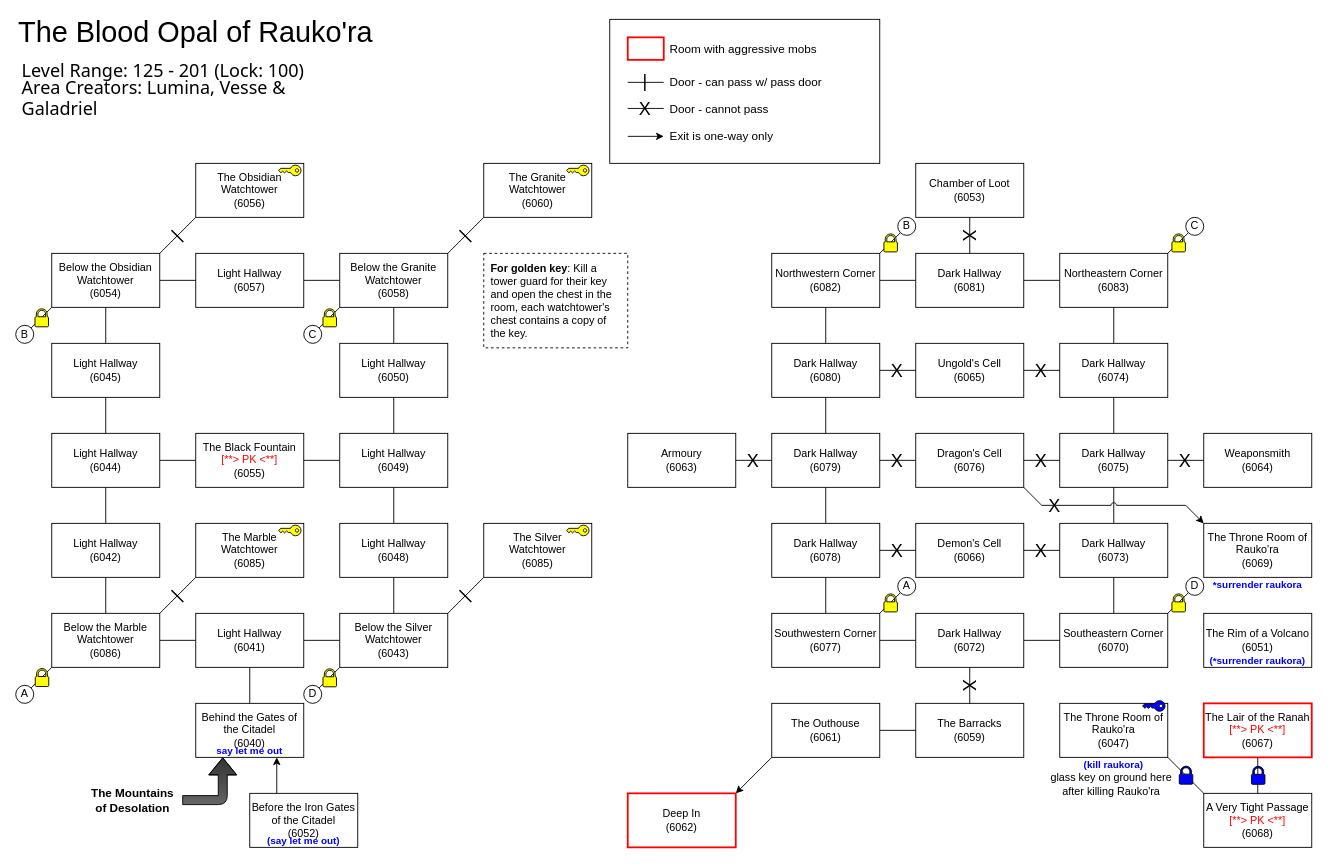
Earlier version of the draw.io diagram raukora.drawio (nohbdy/aardwolf-maps). Source tidied: cells renumbered, new cells numbered last; positions are measured from the earlier drawing's top-left corner, leaving out a move shared by most shapes. Both pictures are drawn from the tidied source at 90%, with x=0, y=0 at pixel (15, 19).
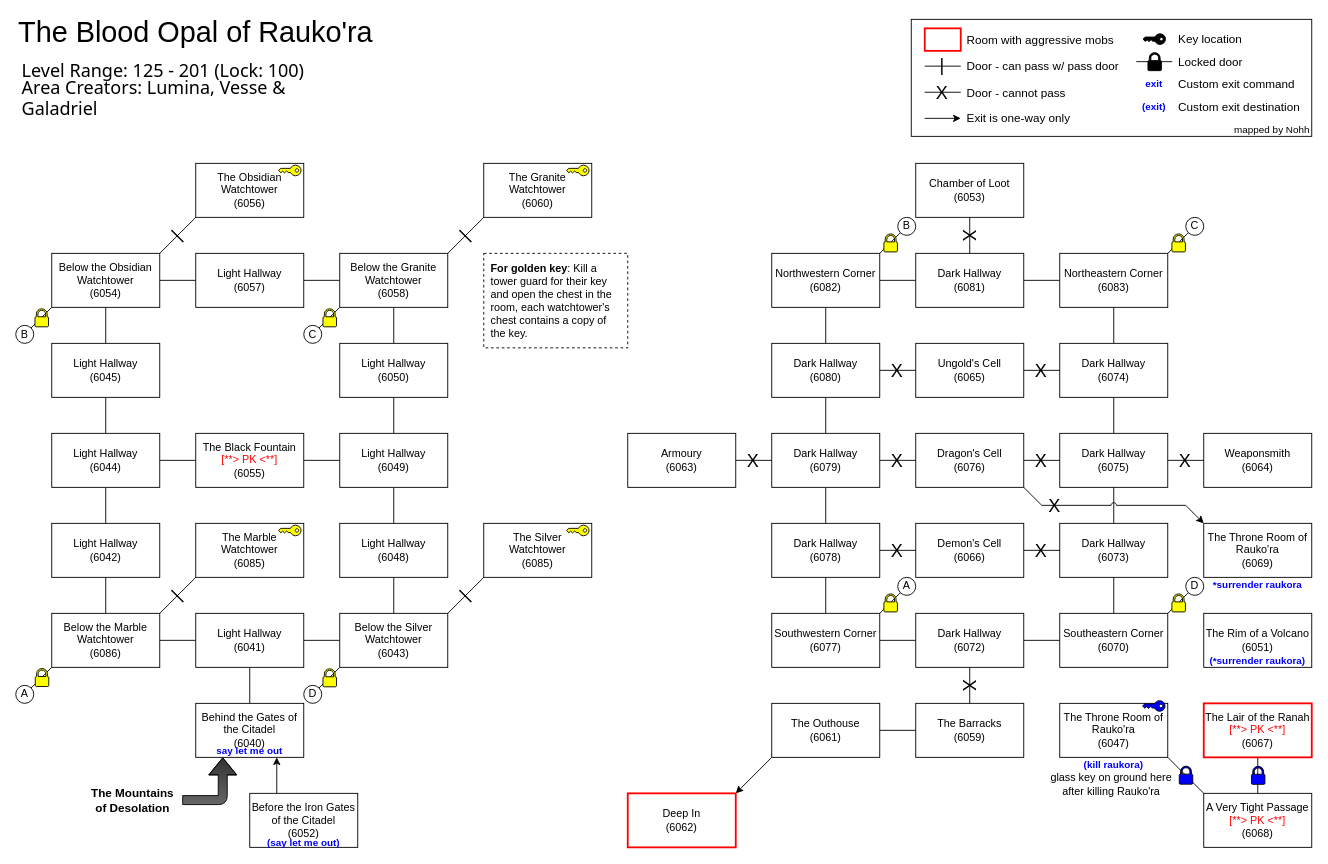
After the change.

The edit, as a diff of the source:
```diff
@@
     <mxCell id="117" value="&lt;font style=&quot;font-size: 11px&quot; color=&quot;#0000ff&quot;&gt;&lt;b&gt;(say let me out)&lt;/b&gt;&lt;/font&gt;" style="text;html=1;strokeColor=none;fillColor=none;align=center;verticalAlign=middle;whiteSpace=wrap;rounded=0;" parent="1" vertex="1">
-      <mxGeometry x="260" y="905" width="120" height="15" as="geometry" />
+      <mxGeometry x="260" y="907" width="120" height="15" as="geometry" />
     </mxCell>
@@
-    <mxCell id="150" style="group;fillColor=default;" parent="1" vertex="1">
-      <mxGeometry x="660" width="300" height="160" as="geometry" />
-    </mxCell>
-    <mxCell id="151" style="rounded=0;whiteSpace=wrap;html=1;fontSize=13;strokeWidth=1;fillColor=none;" parent="150" vertex="1">
-      <mxGeometry width="300" height="160" as="geometry" />
-    </mxCell>
-    <mxCell id="152" style="rounded=0;whiteSpace=wrap;html=1;fontSize=13;strokeWidth=2;fillColor=#FFFFFF;strokeColor=#FF0000;" parent="150" vertex="1">
-      <mxGeometry x="20" y="20" width="40" height="25" as="geometry" />
-    </mxCell>
-    <mxCell id="153" style="endArrow=none;html=1;rounded=0;shadow=0;sketch=0;fontSize=13;jumpStyle=none;jumpSize=6;verticalAlign=middle;horizontal=1;endFill=0;fillColor=none;gradientColor=none;strokeColor=#000000;" parent="150" edge="1">
-      <mxGeometry relative="1" as="geometry">
-        <mxPoint x="20" y="70" as="sourcePoint" />
-        <mxPoint x="60" y="70" as="targetPoint" />
-      </mxGeometry>
-    </mxCell>
+    <mxCell id="162" value="&lt;font face=&quot;Helvetica&quot;&gt;&lt;b&gt;For golden key&lt;/b&gt;: Kill a tower guard for their key and open the chest in the room, each watchtower's chest contains a copy of the key.&lt;/font&gt;" style="text;html=1;strokeColor=default;fillColor=default;align=left;verticalAlign=middle;whiteSpace=wrap;rounded=0;fontFamily=Tahoma;spacing=8;dashed=1;" parent="1" vertex="1">
+      <mxGeometry x="520" y="260" width="160" height="105" as="geometry" />
+    </mxCell>
+    <mxCell id="163" value="glass key on ground here after killing Rauko'ra" style="text;html=1;strokeColor=none;fillColor=none;align=center;verticalAlign=middle;whiteSpace=wrap;rounded=0;dashed=1;fontFamily=Helvetica;" parent="1" vertex="1">
+      <mxGeometry x="1145" y="835" width="145" height="30" as="geometry" />
+    </mxCell>
+    <mxCell id="164" style="rounded=0;whiteSpace=wrap;html=1;fontSize=13;strokeWidth=1;fillColor=default;" parent="1" vertex="1">
+      <mxGeometry x="995" width="445" height="130" as="geometry" />
+    </mxCell>
+    <mxCell id="165" style="rounded=0;whiteSpace=wrap;html=1;fontSize=13;strokeWidth=2;fillColor=#FFFFFF;strokeColor=#FF0000;" parent="1" vertex="1">
+      <mxGeometry x="1010" y="10" width="40" height="25" as="geometry" />
+    </mxCell>
+    <mxCell id="166" style="endArrow=none;html=1;rounded=0;shadow=0;sketch=0;fontSize=13;jumpStyle=none;jumpSize=6;verticalAlign=middle;horizontal=1;endFill=0;fillColor=none;gradientColor=none;strokeColor=#000000;" parent="1" edge="1">
+      <mxGeometry relative="1" as="geometry">
+        <mxPoint x="1010" y="52" as="sourcePoint" />
+        <mxPoint x="1050" y="52" as="targetPoint" />
+      </mxGeometry>
+    </mxCell>
-    <mxCell id="154" value="&lt;div style=&quot;font-size: 20px;&quot;&gt;|&lt;/div&gt;" style="edgeLabel;html=1;align=center;verticalAlign=middle;fontSize=20;strokeColor=#630000;strokeWidth=1;fillColor=#FF0000;gradientColor=none;horizontal=1;labelBackgroundColor=none;direction=south;rotation=0;" parent="153" vertex="1">
+    <mxCell id="154" value="&lt;div style=&quot;font-size: 20px;&quot;&gt;|&lt;/div&gt;" style="edgeLabel;html=1;align=center;verticalAlign=middle;fontSize=20;strokeColor=#630000;strokeWidth=1;fillColor=#FF0000;gradientColor=none;horizontal=1;labelBackgroundColor=none;direction=south;rotation=0;" parent="166" vertex="1">
       <mxGeometry relative="1" as="geometry">
         <mxPoint x="-2" y="-3" as="offset" />
       </mxGeometry>
     </mxCell>
-    <mxCell id="155" style="endArrow=none;html=1;rounded=0;shadow=0;sketch=0;fontSize=13;jumpStyle=none;jumpSize=6;verticalAlign=middle;horizontal=1;endFill=0;fillColor=none;gradientColor=none;strokeColor=#000000;" parent="150" edge="1">
-      <mxGeometry relative="1" as="geometry">
-        <mxPoint x="20" y="99" as="sourcePoint" />
-        <mxPoint x="60" y="99" as="targetPoint" />
-      </mxGeometry>
-    </mxCell>
+    <mxCell id="167" style="endArrow=none;html=1;rounded=0;shadow=0;sketch=0;fontSize=13;jumpStyle=none;jumpSize=6;verticalAlign=middle;horizontal=1;endFill=0;fillColor=none;gradientColor=none;strokeColor=#000000;" parent="1" edge="1">
+      <mxGeometry relative="1" as="geometry">
+        <mxPoint x="1010" y="81" as="sourcePoint" />
+        <mxPoint x="1050" y="81" as="targetPoint" />
+      </mxGeometry>
+    </mxCell>
-    <mxCell id="156" value="&lt;div style=&quot;font-size: 20px&quot;&gt;X&lt;/div&gt;" style="edgeLabel;html=1;align=center;verticalAlign=middle;fontSize=20;strokeColor=#630000;strokeWidth=1;fillColor=#FF0000;gradientColor=none;horizontal=1;labelBackgroundColor=none;direction=south;rotation=0;" parent="155" vertex="1">
+    <mxCell id="156" value="&lt;div style=&quot;font-size: 20px&quot;&gt;X&lt;/div&gt;" style="edgeLabel;html=1;align=center;verticalAlign=middle;fontSize=20;strokeColor=#630000;strokeWidth=1;fillColor=#FF0000;gradientColor=none;horizontal=1;labelBackgroundColor=none;direction=south;rotation=0;" parent="167" vertex="1">
       <mxGeometry relative="1" as="geometry">
         <mxPoint x="-2" y="-1" as="offset" />
       </mxGeometry>
     </mxCell>
-    <mxCell id="157" style="endArrow=classic;html=1;fontSize=13;strokeColor=#000000;fillColor=none;gradientColor=none;endFill=1;" parent="150" edge="1">
-      <mxGeometry relative="1" as="geometry">
-        <mxPoint x="20" y="130" as="sourcePoint" />
-        <mxPoint x="60" y="130" as="targetPoint" />
-      </mxGeometry>
-    </mxCell>
+    <mxCell id="168" style="endArrow=classic;html=1;fontSize=13;strokeColor=#000000;fillColor=none;gradientColor=none;endFill=1;" parent="1" edge="1">
+      <mxGeometry relative="1" as="geometry">
+        <mxPoint x="1010" y="110" as="sourcePoint" />
+        <mxPoint x="1050" y="110" as="targetPoint" />
+      </mxGeometry>
+    </mxCell>
-    <mxCell id="158" value="Room with aggressive mobs" style="text;html=1;strokeColor=none;fillColor=none;align=left;verticalAlign=middle;whiteSpace=wrap;rounded=0;fontSize=13;" parent="150" vertex="1">
-      <mxGeometry x="65" y="22.5" width="210" height="20" as="geometry" />
+    <mxCell id="158" value="Room with aggressive mobs" style="text;html=1;strokeColor=none;fillColor=none;align=left;verticalAlign=middle;whiteSpace=wrap;rounded=0;fontSize=13;" parent="1" vertex="1">
+      <mxGeometry x="1055" y="12.5" width="210" height="20" as="geometry" />
     </mxCell>
-    <mxCell id="159" value="Door - can pass w/ pass door" style="text;html=1;strokeColor=none;fillColor=none;align=left;verticalAlign=middle;whiteSpace=wrap;rounded=0;fontSize=13;" parent="150" vertex="1">
-      <mxGeometry x="65" y="60" width="210" height="20" as="geometry" />
+    <mxCell id="159" value="Door - can pass w/ pass door" style="text;html=1;strokeColor=none;fillColor=none;align=left;verticalAlign=middle;whiteSpace=wrap;rounded=0;fontSize=13;" parent="1" vertex="1">
+      <mxGeometry x="1055" y="42" width="210" height="20" as="geometry" />
     </mxCell>
-    <mxCell id="160" value="Door - cannot pass" style="text;html=1;strokeColor=none;fillColor=none;align=left;verticalAlign=middle;whiteSpace=wrap;rounded=0;fontSize=13;" parent="150" vertex="1">
-      <mxGeometry x="65" y="90" width="210" height="20" as="geometry" />
+    <mxCell id="160" value="Door - cannot pass" style="text;html=1;strokeColor=none;fillColor=none;align=left;verticalAlign=middle;whiteSpace=wrap;rounded=0;fontSize=13;" parent="1" vertex="1">
+      <mxGeometry x="1055" y="72" width="210" height="20" as="geometry" />
     </mxCell>
-    <mxCell id="161" value="Exit is one-way only" style="text;html=1;strokeColor=none;fillColor=none;align=left;verticalAlign=middle;whiteSpace=wrap;rounded=0;fontSize=13;" parent="150" vertex="1">
-      <mxGeometry x="65" y="120" width="210" height="20" as="geometry" />
+    <mxCell id="161" value="Exit is one-way only" style="text;html=1;strokeColor=none;fillColor=none;align=left;verticalAlign=middle;whiteSpace=wrap;rounded=0;fontSize=13;" parent="1" vertex="1">
+      <mxGeometry x="1055" y="100" width="210" height="20" as="geometry" />
     </mxCell>
-    <mxCell id="162" value="&lt;font face=&quot;Helvetica&quot;&gt;&lt;b&gt;For golden key&lt;/b&gt;: Kill a tower guard for their key and open the chest in the room, each watchtower's chest contains a copy of the key.&lt;/font&gt;" style="text;html=1;strokeColor=default;fillColor=default;align=left;verticalAlign=middle;whiteSpace=wrap;rounded=0;fontFamily=Tahoma;spacing=8;dashed=1;" parent="1" vertex="1">
-      <mxGeometry x="520" y="260" width="160" height="105" as="geometry" />
-    </mxCell>
-    <mxCell id="163" value="glass key on ground here after killing Rauko'ra" style="text;html=1;strokeColor=none;fillColor=none;align=center;verticalAlign=middle;whiteSpace=wrap;rounded=0;dashed=1;fontFamily=Helvetica;" parent="1" vertex="1">
-      <mxGeometry x="1145" y="835" width="145" height="30" as="geometry" />
-    </mxCell>
+    <mxCell id="169" style="sketch=0;shadow=0;dashed=0;html=1;labelPosition=center;verticalLabelPosition=bottom;verticalAlign=top;align=center;shape=mxgraph.office.security.key_permissions;strokeWidth=1;direction=south;strokeColor=#000000;fillColor=#000000;" parent="1" vertex="1">
+      <mxGeometry x="1252.5" y="16.1" width="25" height="11.8" as="geometry" />
+    </mxCell>
+    <mxCell id="170" value="Key location" style="text;html=1;strokeColor=none;fillColor=none;align=left;verticalAlign=middle;whiteSpace=wrap;rounded=0;fontSize=13;" parent="1" vertex="1">
+      <mxGeometry x="1290" y="12" width="115" height="20" as="geometry" />
+    </mxCell>
+    <mxCell id="171" style="endArrow=none;html=1;rounded=0;shadow=0;sketch=0;strokeColor=default;jumpStyle=none;endFill=0;fontFamily=Helvetica;fontColor=#000000;" parent="1" edge="1">
+      <mxGeometry relative="1" as="geometry">
+        <mxPoint x="1245" y="47" as="sourcePoint" />
+        <mxPoint x="1285" y="47" as="targetPoint" />
+      </mxGeometry>
+    </mxCell>
+    <mxCell id="172" style="shape=mxgraph.office.security.lock_protected;html=1;strokeColor=default;strokeWidth=1;fillColor=#000000;fontFamily=Helvetica;fontColor=#000000;" parent="171" vertex="1">
+      <mxGeometry width="15" height="20" relative="1" as="geometry">
+        <mxPoint x="-7" y="-10" as="offset" />
+      </mxGeometry>
+    </mxCell>
+    <mxCell id="173" value="Locked door" style="text;html=1;strokeColor=none;fillColor=none;align=left;verticalAlign=middle;whiteSpace=wrap;rounded=0;fontSize=13;" parent="1" vertex="1">
+      <mxGeometry x="1290" y="37" width="125" height="20" as="geometry" />
+    </mxCell>
+    <mxCell id="174" value="&lt;font style=&quot;font-size: 11px&quot; color=&quot;#0000ff&quot;&gt;&lt;b&gt;exit&lt;/b&gt;&lt;/font&gt;" style="text;html=1;strokeColor=none;fillColor=none;align=center;verticalAlign=middle;whiteSpace=wrap;rounded=0;" parent="1" vertex="1">
+      <mxGeometry x="1245" y="64.5" width="40" height="15" as="geometry" />
+    </mxCell>
+    <mxCell id="175" value="Custom exit command" style="text;html=1;strokeColor=none;fillColor=none;align=left;verticalAlign=middle;whiteSpace=wrap;rounded=0;fontSize=13;" parent="1" vertex="1">
+      <mxGeometry x="1290" y="62" width="140" height="20" as="geometry" />
+    </mxCell>
+    <mxCell id="176" value="&lt;font style=&quot;font-size: 11px&quot; color=&quot;#0000ff&quot;&gt;&lt;b&gt;(exit)&lt;/b&gt;&lt;/font&gt;" style="text;html=1;strokeColor=none;fillColor=none;align=center;verticalAlign=middle;whiteSpace=wrap;rounded=0;" parent="1" vertex="1">
+      <mxGeometry x="1245" y="89.5" width="40" height="15" as="geometry" />
+    </mxCell>
+    <mxCell id="177" value="Custom exit destination" style="text;html=1;strokeColor=none;fillColor=none;align=left;verticalAlign=middle;whiteSpace=wrap;rounded=0;fontSize=13;" parent="1" vertex="1">
+      <mxGeometry x="1290" y="87" width="145" height="20" as="geometry" />
+    </mxCell>
+    <mxCell id="178" value="mapped by Nohh" style="text;html=1;strokeColor=none;fillColor=none;align=right;verticalAlign=middle;whiteSpace=wrap;rounded=0;fontSize=11;fontStyle=0;fontFamily=Helvetica;" parent="1" vertex="1">
+      <mxGeometry x="1331" y="116" width="109" height="14" as="geometry" />
+    </mxCell>
```
